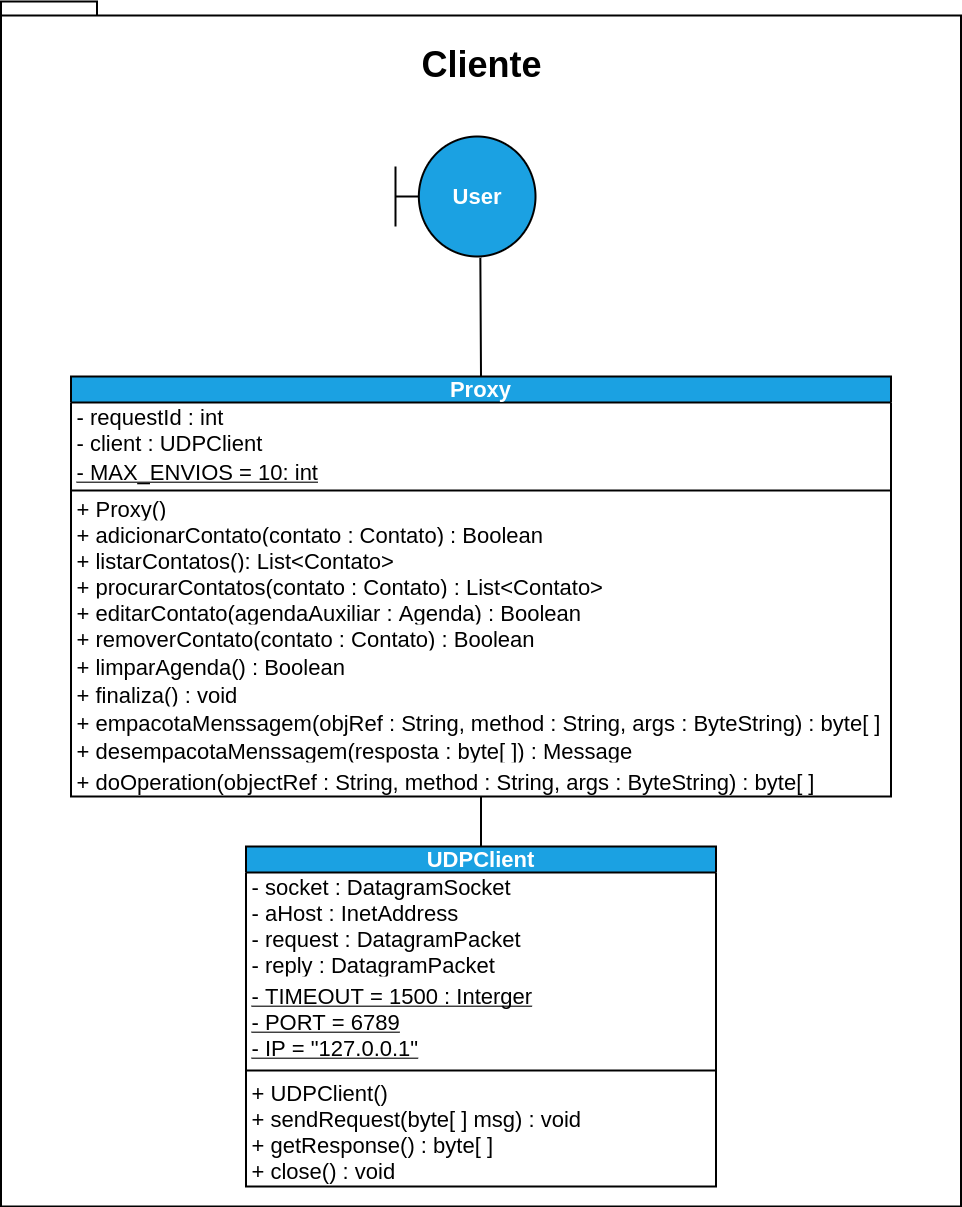
SamuelLost/TrabalhoFinal-SD keeps this draw.io diagram as docs/UML_CLIENT.png. Above is the earlier version. Source tidied: cells renumbered, new cells last; positions are measured from the earlier drawing's top-left corner, leaving out a move shared by most shapes.
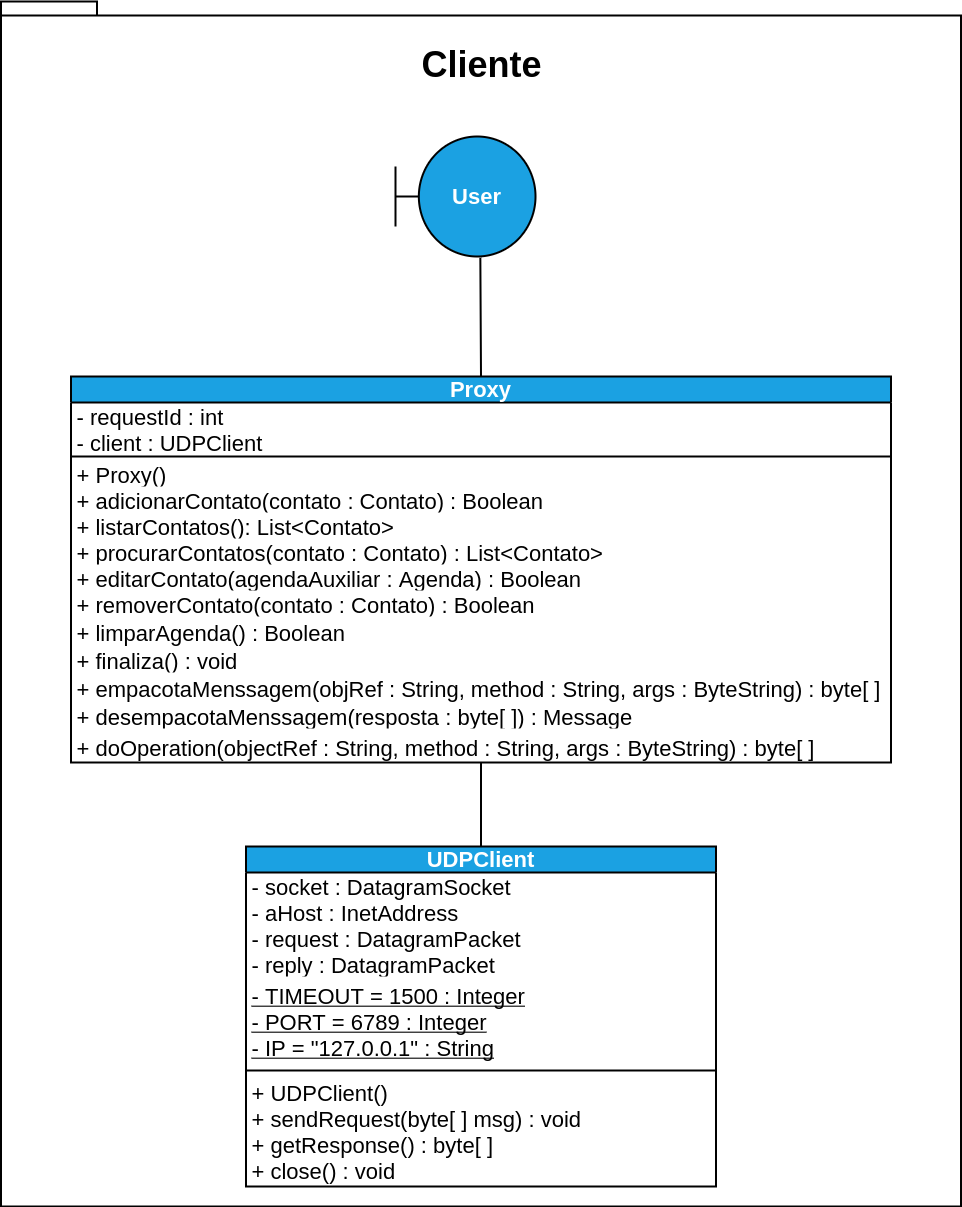
Later version of the same file.

Diff of the diagram source:
```diff
@@ -12,49 +12,46 @@
       <mxGeometry relative="1" as="geometry" />
     </mxCell>
     <mxCell id="5" value="Proxy" style="swimlane;fontStyle=1;align=center;verticalAlign=bottom;horizontal=1;startSize=26;fontSize=22;strokeColor=#000000;strokeWidth=2;fillColor=#1ba1e2;fontColor=#ffffff;" parent="1" vertex="1">
-      <mxGeometry x="69.5" y="375" width="820" height="420" as="geometry" />
+      <mxGeometry x="69.5" y="375" width="820" height="386" as="geometry" />
     </mxCell>
     <mxCell id="6" value="- requestId : int&#10;- client : UDPClient" style="text;strokeColor=none;fillColor=none;align=left;verticalAlign=middle;spacingLeft=4;spacingRight=4;overflow=hidden;fontSize=22;fontStyle=0;" parent="5" vertex="1">
       <mxGeometry y="26" width="820" height="50" as="geometry" />
     </mxCell>
-    <mxCell id="7" value="- MAX_ENVIOS = 10: int" style="text;strokeColor=none;fillColor=none;align=left;verticalAlign=top;spacingLeft=4;spacingRight=4;overflow=hidden;fontSize=22;fontStyle=4;" parent="5" vertex="1">
-      <mxGeometry y="76" width="820" height="34" as="geometry" />
-    </mxCell>
     <mxCell id="8" style="line;strokeWidth=2;fillColor=none;align=left;verticalAlign=middle;spacingTop=-1;spacingLeft=3;spacingRight=3;labelPosition=right;fontSize=22;" parent="5" vertex="1">
-      <mxGeometry y="110" width="820" height="8" as="geometry" />
+      <mxGeometry y="76" width="820" height="8" as="geometry" />
     </mxCell>
     <mxCell id="9" value="+ Proxy()" style="text;strokeColor=none;fillColor=none;align=left;verticalAlign=middle;spacingLeft=4;spacingRight=4;overflow=hidden;fontSize=22;" parent="5" vertex="1">
-      <mxGeometry y="118" width="820" height="26" as="geometry" />
+      <mxGeometry y="84" width="820" height="26" as="geometry" />
     </mxCell>
     <mxCell id="10" value="+ adicionarContato(contato : Contato) : Boolean" style="text;strokeColor=none;fillColor=none;align=left;verticalAlign=middle;spacingLeft=4;spacingRight=4;overflow=hidden;fontSize=22;" parent="5" vertex="1">
-      <mxGeometry y="144" width="820" height="26" as="geometry" />
+      <mxGeometry y="110" width="820" height="26" as="geometry" />
     </mxCell>
     <mxCell id="11" value="+ listarContatos(): List&lt;Contato&gt;" style="text;strokeColor=none;fillColor=none;align=left;verticalAlign=middle;spacingLeft=4;spacingRight=4;overflow=hidden;fontSize=22;" parent="5" vertex="1">
-      <mxGeometry y="170" width="820" height="26" as="geometry" />
+      <mxGeometry y="136" width="820" height="26" as="geometry" />
     </mxCell>
     <mxCell id="12" value="+ procurarContatos(contato : Contato) : List&lt;Contato&gt;" style="text;strokeColor=none;fillColor=none;align=left;verticalAlign=middle;spacingLeft=4;spacingRight=4;overflow=hidden;fontSize=22;" parent="5" vertex="1">
-      <mxGeometry y="196" width="820" height="26" as="geometry" />
+      <mxGeometry y="162" width="820" height="26" as="geometry" />
     </mxCell>
     <mxCell id="13" value="+ editarContato(agendaAuxiliar : Agenda) : Boolean" style="text;strokeColor=none;fillColor=none;align=left;verticalAlign=middle;spacingLeft=4;spacingRight=4;overflow=hidden;fontSize=22;" parent="5" vertex="1">
-      <mxGeometry y="222" width="820" height="26" as="geometry" />
+      <mxGeometry y="188" width="820" height="26" as="geometry" />
     </mxCell>
     <mxCell id="14" value="+ removerContato(contato : Contato) : Boolean" style="text;strokeColor=none;fillColor=none;align=left;verticalAlign=middle;spacingLeft=4;spacingRight=4;overflow=hidden;fontSize=22;" parent="5" vertex="1">
-      <mxGeometry y="248" width="820" height="26" as="geometry" />
+      <mxGeometry y="214" width="820" height="26" as="geometry" />
     </mxCell>
     <mxCell id="15" value="+ limparAgenda() : Boolean" style="text;strokeColor=none;fillColor=none;align=left;verticalAlign=middle;spacingLeft=4;spacingRight=4;overflow=hidden;fontSize=22;" parent="5" vertex="1">
-      <mxGeometry y="274" width="820" height="30" as="geometry" />
+      <mxGeometry y="240" width="820" height="30" as="geometry" />
     </mxCell>
     <mxCell id="16" value="+ finaliza() : void" style="text;strokeColor=none;fillColor=none;align=left;verticalAlign=middle;spacingLeft=4;spacingRight=4;overflow=hidden;fontSize=22;" parent="5" vertex="1">
-      <mxGeometry y="304" width="820" height="26" as="geometry" />
+      <mxGeometry y="270" width="820" height="26" as="geometry" />
     </mxCell>
     <mxCell id="17" value="+ empacotaMenssagem(objRef : String, method : String, args : ByteString) : byte[ ]" style="text;strokeColor=none;fillColor=none;align=left;verticalAlign=middle;spacingLeft=4;spacingRight=4;overflow=hidden;fontSize=22;" parent="5" vertex="1">
-      <mxGeometry y="330" width="820" height="30" as="geometry" />
+      <mxGeometry y="296" width="820" height="30" as="geometry" />
     </mxCell>
     <mxCell id="18" value="+ desempacotaMenssagem(resposta : byte[ ]) : Message" style="text;strokeColor=none;fillColor=none;align=left;verticalAlign=middle;spacingLeft=4;spacingRight=4;overflow=hidden;fontSize=22;" parent="5" vertex="1">
-      <mxGeometry y="360" width="820" height="26" as="geometry" />
+      <mxGeometry y="326" width="820" height="26" as="geometry" />
     </mxCell>
     <mxCell id="19" value="+ doOperation(objectRef : String, method : String, args : ByteString) : byte[ ]" style="text;strokeColor=none;fillColor=none;align=left;verticalAlign=top;spacingLeft=4;spacingRight=4;overflow=hidden;points=[[0,0.5],[1,0.5]];portConstraint=eastwest;fontSize=22;" parent="5" vertex="1">
-      <mxGeometry y="386" width="820" height="34" as="geometry" />
+      <mxGeometry y="352" width="820" height="34" as="geometry" />
     </mxCell>
     <mxCell id="20" style="edgeStyle=none;html=1;exitX=0.5;exitY=0;exitDx=0;exitDy=0;fontSize=22;endArrow=none;endFill=0;strokeWidth=2;" parent="1" edge="1" source="21" target="19">
       <mxGeometry relative="1" as="geometry" />
@@ -65,7 +62,7 @@
     <mxCell id="22" value="- socket : DatagramSocket&#10;- aHost : InetAddress&#10;- request : DatagramPacket&#10;- reply : DatagramPacket" style="text;strokeColor=none;fillColor=none;align=left;verticalAlign=middle;spacingLeft=4;spacingRight=4;overflow=hidden;fontSize=22;" parent="21" vertex="1">
       <mxGeometry y="26" width="470" height="104" as="geometry" />
     </mxCell>
-    <mxCell id="23" value="- TIMEOUT = 1500 : Interger&#10;- PORT = 6789&#10;- IP = &quot;127.0.0.1&quot;" style="text;strokeColor=none;fillColor=none;align=left;verticalAlign=top;spacingLeft=4;spacingRight=4;overflow=hidden;fontSize=22;fontStyle=4;" parent="21" vertex="1">
+    <mxCell id="23" value="- TIMEOUT = 1500 : Integer&#10;- PORT = 6789 : Integer&#10;- IP = &quot;127.0.0.1&quot; : String" style="text;strokeColor=none;fillColor=none;align=left;verticalAlign=top;spacingLeft=4;spacingRight=4;overflow=hidden;fontSize=22;fontStyle=4;" parent="21" vertex="1">
       <mxGeometry y="130" width="470" height="90" as="geometry" />
     </mxCell>
     <mxCell id="24" style="line;strokeWidth=2;fillColor=none;align=left;verticalAlign=middle;spacingTop=-1;spacingLeft=3;spacingRight=3;labelPosition=right;fontSize=22;" parent="21" vertex="1">
```
